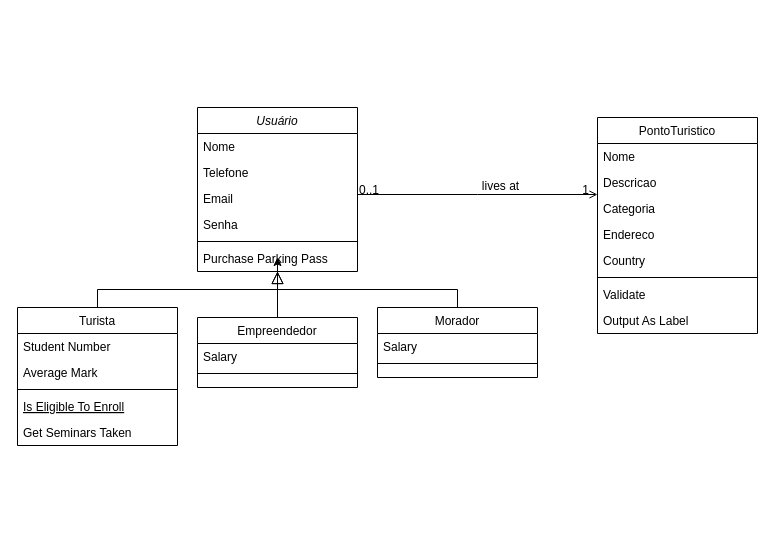
The draw.io diagram Diagrama sem nome.drawio in vitoryamedeiros/repo_faculdade, before the edit. Source tidied: cells renumbered, new cells numbered last; positions are measured from the earlier drawing's top-left corner, leaving out a move shared by most shapes. Both pictures are drawn from the tidied source at 100%, with x=0, y=0 at pixel (17, 107).
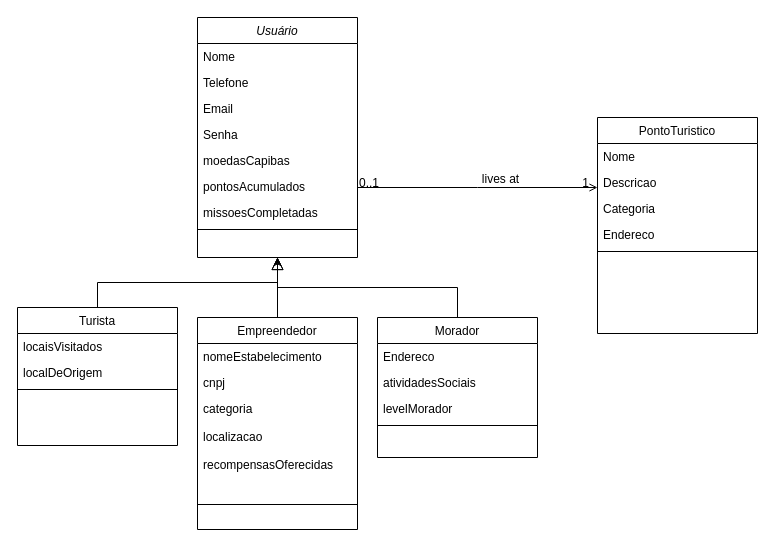
Above is the later version.

Commit message:
Actualizar Diagrama Recifidades.drawio

The change refers to these unchanged cells:
```xml
<mxCell id="9" value="Turista" style="swimlane;fontStyle=0;align=center;verticalAlign=top;horizontal=1;startSize=26;rounded=0;shadow=0;strokeWidth=1;" parent="1" vertex="1">
  <mxGeometry y="200" width="160" height="138" as="geometry" />
</mxCell>
<mxCell id="20" value="PontoTuristico" style="swimlane;fontStyle=0;align=center;verticalAlign=top;horizontal=1;startSize=26;rounded=0;shadow=0;strokeWidth=1;" parent="1" vertex="1">
  <mxGeometry x="580" y="10" width="160" height="216" as="geometry" />
</mxCell>
```

What changed in the source:
```diff
@@
     <mxCell id="2" value="Usuário&#10;" style="swimlane;fontStyle=2;align=center;verticalAlign=top;horizontal=1;startSize=26;rounded=0;shadow=0;strokeWidth=1;" parent="1" vertex="1">
-      <mxGeometry x="180" width="160" height="164" as="geometry" />
+      <mxGeometry x="180" y="-90" width="160" height="240" as="geometry" />
     </mxCell>
@@
+    <mxCell id="37" value="Senha" style="text;align=left;verticalAlign=top;spacingLeft=4;spacingRight=4;overflow=hidden;rounded=0;shadow=0;html=0;" parent="2" vertex="1">
+      <mxGeometry y="104" width="160" height="26" as="geometry" />
+    </mxCell>
+    <mxCell id="38" value="moedasCapibas" style="text;align=left;verticalAlign=top;spacingLeft=4;spacingRight=4;overflow=hidden;rounded=0;shadow=0;html=0;" parent="2" vertex="1">
+      <mxGeometry y="130" width="160" height="26" as="geometry" />
+    </mxCell>
-    <mxCell id="6" value="Senha" style="text;align=left;verticalAlign=top;spacingLeft=4;spacingRight=4;overflow=hidden;rounded=0;shadow=0;html=0;" parent="2" vertex="1">
-      <mxGeometry y="104" width="160" height="26" as="geometry" />
+    <mxCell id="6" value="pontosAcumulados" style="text;align=left;verticalAlign=top;spacingLeft=4;spacingRight=4;overflow=hidden;rounded=0;shadow=0;html=0;" parent="2" vertex="1">
+      <mxGeometry y="156" width="160" height="26" as="geometry" />
     </mxCell>
+    <mxCell id="39" value="missoesCompletadas" style="text;align=left;verticalAlign=top;spacingLeft=4;spacingRight=4;overflow=hidden;" parent="2" vertex="1">
+      <mxGeometry y="182" width="160" height="26" as="geometry" />
+    </mxCell>
     <mxCell id="7" style="line;html=1;strokeWidth=1;align=left;verticalAlign=middle;spacingTop=-1;spacingLeft=3;spacingRight=3;labelPosition=right;" parent="2" vertex="1">
-      <mxGeometry y="130" width="160" height="8" as="geometry" />
+      <mxGeometry y="208" width="160" height="8" as="geometry" />
     </mxCell>
-    <mxCell id="8" value="Purchase Parking Pass" style="text;align=left;verticalAlign=top;spacingLeft=4;spacingRight=4;overflow=hidden;" parent="2" vertex="1">
-      <mxGeometry y="138" width="160" height="26" as="geometry" />
-    </mxCell>
@@
-    <mxCell id="10" value="Student Number" style="text;align=left;verticalAlign=top;spacingLeft=4;spacingRight=4;overflow=hidden;" parent="9" vertex="1">
+    <mxCell id="10" value="locaisVisitados" style="text;align=left;verticalAlign=top;spacingLeft=4;spacingRight=4;overflow=hidden;" parent="9" vertex="1">
       <mxGeometry y="26" width="160" height="26" as="geometry" />
     </mxCell>
-    <mxCell id="11" value="Average Mark" style="text;align=left;verticalAlign=top;spacingLeft=4;spacingRight=4;overflow=hidden;rounded=0;shadow=0;html=0;" parent="9" vertex="1">
+    <mxCell id="11" value="localDeOrigem" style="text;align=left;verticalAlign=top;spacingLeft=4;spacingRight=4;overflow=hidden;rounded=0;shadow=0;html=0;" parent="9" vertex="1">
       <mxGeometry y="52" width="160" height="26" as="geometry" />
     </mxCell>
@@
-    <mxCell id="13" value="Is Eligible To Enroll" style="text;align=left;verticalAlign=top;spacingLeft=4;spacingRight=4;overflow=hidden;fontStyle=4;" parent="9" vertex="1">
-      <mxGeometry y="86" width="160" height="26" as="geometry" />
-    </mxCell>
-    <mxCell id="14" value="Get Seminars Taken" style="text;align=left;verticalAlign=top;spacingLeft=4;spacingRight=4;overflow=hidden;" parent="9" vertex="1">
-      <mxGeometry y="112" width="160" height="26" as="geometry" />
-    </mxCell>
@@
     <mxCell id="16" value="Morador" style="swimlane;fontStyle=0;align=center;verticalAlign=top;horizontal=1;startSize=26;rounded=0;shadow=0;strokeWidth=1;" parent="1" vertex="1">
-      <mxGeometry x="360" y="200" width="160" height="70" as="geometry" />
+      <mxGeometry x="360" y="210" width="160" height="140" as="geometry" />
     </mxCell>
-    <mxCell id="17" value="Salary" style="text;align=left;verticalAlign=top;spacingLeft=4;spacingRight=4;overflow=hidden;" parent="16" vertex="1">
+    <mxCell id="17" value="Endereco" style="text;align=left;verticalAlign=top;spacingLeft=4;spacingRight=4;overflow=hidden;" parent="16" vertex="1">
       <mxGeometry y="26" width="160" height="26" as="geometry" />
     </mxCell>
+    <mxCell id="40" value="atividadesSociais" style="text;align=left;verticalAlign=top;spacingLeft=4;spacingRight=4;overflow=hidden;" parent="16" vertex="1">
+      <mxGeometry y="52" width="160" height="26" as="geometry" />
+    </mxCell>
+    <mxCell id="41" value="levelMorador" style="text;align=left;verticalAlign=top;spacingLeft=4;spacingRight=4;overflow=hidden;" parent="16" vertex="1">
+      <mxGeometry y="78" width="160" height="26" as="geometry" />
+    </mxCell>
     <mxCell id="18" style="line;html=1;strokeWidth=1;align=left;verticalAlign=middle;spacingTop=-1;spacingLeft=3;spacingRight=3;labelPosition=right;" parent="16" vertex="1">
-      <mxGeometry y="52" width="160" height="8" as="geometry" />
+      <mxGeometry y="104" width="160" height="8" as="geometry" />
     </mxCell>
@@
-    <mxCell id="25" value="Country" style="text;align=left;verticalAlign=top;spacingLeft=4;spacingRight=4;overflow=hidden;rounded=0;shadow=0;html=0;" parent="20" vertex="1">
-      <mxGeometry y="130" width="160" height="26" as="geometry" />
-    </mxCell>
     <mxCell id="26" style="line;html=1;strokeWidth=1;align=left;verticalAlign=middle;spacingTop=-1;spacingLeft=3;spacingRight=3;labelPosition=right;" parent="20" vertex="1">
-      <mxGeometry y="156" width="160" height="8" as="geometry" />
+      <mxGeometry y="130" width="160" height="8" as="geometry" />
     </mxCell>
-    <mxCell id="27" value="Validate" style="text;align=left;verticalAlign=top;spacingLeft=4;spacingRight=4;overflow=hidden;" parent="20" vertex="1">
-      <mxGeometry y="164" width="160" height="26" as="geometry" />
-    </mxCell>
-    <mxCell id="28" value="Output As Label" style="text;align=left;verticalAlign=top;spacingLeft=4;spacingRight=4;overflow=hidden;" parent="20" vertex="1">
-      <mxGeometry y="190" width="160" height="26" as="geometry" />
-    </mxCell>
@@
     <mxCell id="34" value="Empreendedor" style="swimlane;fontStyle=0;align=center;verticalAlign=top;horizontal=1;startSize=26;rounded=0;shadow=0;strokeWidth=1;" parent="1" vertex="1">
-      <mxGeometry x="180" y="210" width="160" height="70" as="geometry" />
+      <mxGeometry x="180" y="210" width="160" height="212" as="geometry" />
     </mxCell>
+    <mxCell id="42" value="nomeEstabelecimento" style="text;align=left;verticalAlign=top;spacingLeft=4;spacingRight=4;overflow=hidden;" parent="34" vertex="1">
+      <mxGeometry y="26" width="160" height="26" as="geometry" />
+    </mxCell>
+    <mxCell id="43" value="cnpj" style="text;align=left;verticalAlign=top;spacingLeft=4;spacingRight=4;overflow=hidden;" parent="34" vertex="1">
+      <mxGeometry y="52" width="160" height="26" as="geometry" />
+    </mxCell>
-    <mxCell id="35" value="Salary" style="text;align=left;verticalAlign=top;spacingLeft=4;spacingRight=4;overflow=hidden;" parent="34" vertex="1">
-      <mxGeometry y="26" width="160" height="26" as="geometry" />
+    <mxCell id="35" value="categoria" style="text;align=left;verticalAlign=top;spacingLeft=4;spacingRight=4;overflow=hidden;" parent="34" vertex="1">
+      <mxGeometry y="78" width="160" height="28" as="geometry" />
     </mxCell>
+    <mxCell id="44" value="localizacao" style="text;align=left;verticalAlign=top;spacingLeft=4;spacingRight=4;overflow=hidden;" parent="34" vertex="1">
+      <mxGeometry y="106" width="160" height="28" as="geometry" />
+    </mxCell>
+    <mxCell id="45" value="recompensasOferecidas" style="text;align=left;verticalAlign=top;spacingLeft=4;spacingRight=4;overflow=hidden;" parent="34" vertex="1">
+      <mxGeometry y="134" width="160" height="28" as="geometry" />
+    </mxCell>
     <mxCell id="36" style="line;html=1;strokeWidth=1;align=left;verticalAlign=middle;spacingTop=-1;spacingLeft=3;spacingRight=3;labelPosition=right;" parent="34" vertex="1">
-      <mxGeometry y="52" width="160" height="8" as="geometry" />
+      <mxGeometry y="162" width="160" height="50" as="geometry" />
     </mxCell>
```
